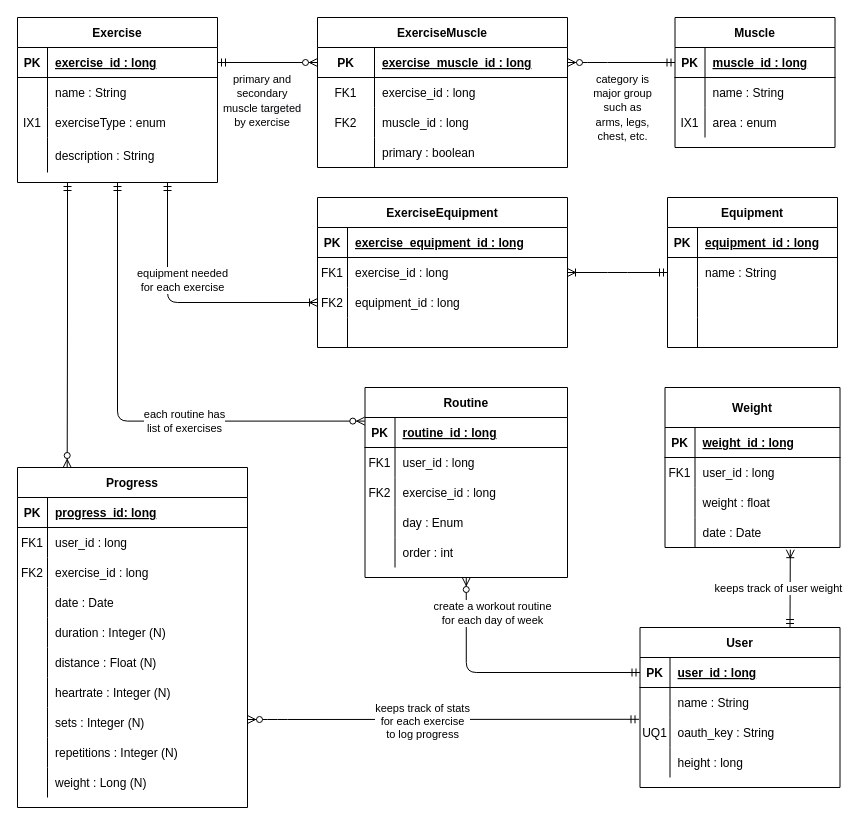
This is docs/work/erd.drawio from John-Jaramillo/my-workout, a draw.io file, before an edit. Source tidied: cells renumbered, new cells numbered last; positions are measured from the earlier drawing's top-left corner, leaving out a move shared by most shapes. Both pictures are drawn from the tidied source at 100%, with x=0, y=0 at pixel (17, 17).
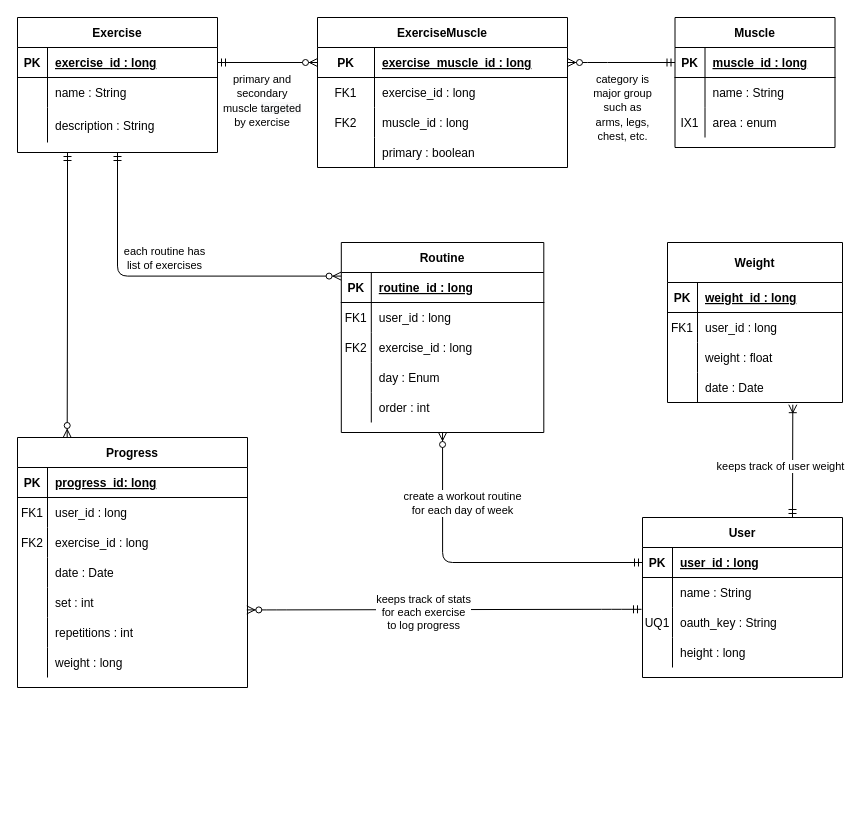
After the change.

The change refers to these unchanged cells:
```xml
<mxCell id="12" style="fontSize=12;html=1;endArrow=ERzeroToMany;startArrow=ERmandOne;startFill=0;entryX=-0.001;entryY=0.12;entryDx=0;entryDy=0;exitX=0.5;exitY=1;exitDx=0;exitDy=0;entryPerimeter=0;edgeStyle=orthogonalEdgeStyle;endFill=1;" parent="1" edge="1" source="30" target="54">
  <mxGeometry relative="1" as="geometry" />
</mxCell>
<mxCell id="102" style="shape=partialRectangle;fillColor=none;top=0;left=0;bottom=0;right=0;points=[[0,0.5],[1,0.5]];portConstraint=eastwest;" parent="95" vertex="1">
  <mxGeometry y="90" width="200" height="30" as="geometry" />
</mxCell>
```

Change to the diagram source:
```diff
@@
-    <mxCell id="4" style="fontSize=12;html=1;endArrow=ERoneToMany;entryX=0;entryY=0.5;entryDx=0;entryDy=0;exitX=0.75;exitY=1;exitDx=0;exitDy=0;edgeStyle=orthogonalEdgeStyle;endFill=0;startArrow=ERmandOne;startFill=0;" parent="1" edge="1" source="30" target="24">
-      <mxGeometry relative="1" as="geometry" />
-    </mxCell>
-    <mxCell id="5" value="equipment needed&lt;br&gt;for each exercise" style="edgeLabel;html=1;align=center;verticalAlign=middle;" parent="4" vertex="1">
-      <mxGeometry x="-0.28" y="14" relative="1" as="geometry" />
-    </mxCell>
-    <mxCell id="6" style="fontSize=12;html=1;endArrow=ERoneToMany;edgeStyle=elbowEdgeStyle;entryX=1;entryY=0.5;entryDx=0;entryDy=0;exitX=0;exitY=0.5;exitDx=0;exitDy=0;startArrow=ERmandOne;startFill=0;" parent="1" edge="1" source="73" target="21">
-      <mxGeometry relative="1" as="geometry" />
-    </mxCell>
@@
     <mxCell id="13" value="each routine has &lt;br&gt;list of exercises" style="edgeLabel;html=1;align=center;verticalAlign=middle;" parent="12" vertex="1">
-      <mxGeometry x="-0.02" y="66" relative="1" as="geometry" />
+      <mxGeometry x="-0.02" y="66" relative="1" as="geometry">
+        <mxPoint y="47.4" as="offset" />
+      </mxGeometry>
     </mxCell>
-    <mxCell id="14" style="edgeStyle=entityRelationEdgeStyle;fontSize=12;html=1;endArrow=ERmandOne;startArrow=ERzeroToMany;startFill=1;endFill=0;entryX=-0.005;entryY=0.06;entryDx=0;entryDy=0;entryPerimeter=0;" parent="1" edge="1" target="102">
-      <mxGeometry relative="1" as="geometry">
-        <mxPoint x="230" y="702" as="sourcePoint" />
-      </mxGeometry>
+    <mxCell id="14" style="edgeStyle=entityRelationEdgeStyle;fontSize=12;html=1;endArrow=ERmandOne;startArrow=ERzeroToMany;startFill=1;endFill=0;entryX=-0.005;entryY=0.06;entryDx=0;entryDy=0;entryPerimeter=0;exitX=0.997;exitY=0.747;exitDx=0;exitDy=0;exitPerimeter=0;" parent="1" edge="1" source="143" target="102">
+      <mxGeometry relative="1" as="geometry" />
     </mxCell>
@@
-    <mxCell id="17" value="ExerciseEquipment" style="shape=table;startSize=30;childLayout=tableLayout;rowLines=0;fontStyle=1;align=center;" parent="1" vertex="1">
-      <mxGeometry x="300" y="180" width="250" height="150" as="geometry" />
-    </mxCell>
-    <mxCell id="18" style="shape=partialRectangle;fillColor=none;top=0;left=0;bottom=1;right=0;" parent="17" vertex="1">
-      <mxGeometry y="30" width="250" height="30" as="geometry" />
-    </mxCell>
-    <mxCell id="19" value="PK" style="shape=partialRectangle;fillColor=none;top=0;left=0;bottom=0;right=0;fontStyle=1;overflow=hidden;" parent="18" vertex="1">
-      <mxGeometry width="30" height="30" as="geometry" />
-    </mxCell>
-    <mxCell id="20" value="exercise_equipment_id : long" style="shape=partialRectangle;fillColor=none;top=0;left=0;bottom=0;right=0;align=left;spacingLeft=6;fontStyle=5;overflow=hidden;" parent="18" vertex="1">
-      <mxGeometry x="30" width="220" height="30" as="geometry" />
-    </mxCell>
-    <mxCell id="21" style="shape=partialRectangle;fillColor=none;top=0;left=0;bottom=0;right=0;points=[[0,0.5],[1,0.5]];portConstraint=eastwest;" parent="17" vertex="1">
-      <mxGeometry y="60" width="250" height="30" as="geometry" />
-    </mxCell>
-    <mxCell id="22" value="FK1" style="shape=partialRectangle;fillColor=none;top=0;left=0;bottom=0;right=0;overflow=hidden;" parent="21" vertex="1">
-      <mxGeometry width="30" height="30" as="geometry" />
-    </mxCell>
-    <mxCell id="23" value="exercise_id : long" style="shape=partialRectangle;fillColor=none;top=0;left=0;bottom=0;right=0;align=left;spacingLeft=6;overflow=hidden;" parent="21" vertex="1">
-      <mxGeometry x="30" width="220" height="30" as="geometry" />
-    </mxCell>
-    <mxCell id="24" style="shape=partialRectangle;fillColor=none;top=0;left=0;bottom=0;right=0;points=[[0,0.5],[1,0.5]];portConstraint=eastwest;" parent="17" vertex="1">
-      <mxGeometry y="90" width="250" height="30" as="geometry" />
-    </mxCell>
-    <mxCell id="25" value="FK2" style="shape=partialRectangle;fillColor=none;top=0;left=0;bottom=0;right=0;overflow=hidden;" parent="24" vertex="1">
-      <mxGeometry width="30" height="30" as="geometry" />
-    </mxCell>
-    <mxCell id="26" value="equipment_id : long" style="shape=partialRectangle;fillColor=none;top=0;left=0;bottom=0;right=0;align=left;spacingLeft=6;overflow=hidden;" parent="24" vertex="1">
-      <mxGeometry x="30" width="220" height="30" as="geometry" />
-    </mxCell>
-    <mxCell id="27" style="shape=partialRectangle;fillColor=none;top=0;left=0;bottom=0;right=0;" parent="17" vertex="1">
-      <mxGeometry y="120" width="250" height="30" as="geometry" />
-    </mxCell>
-    <mxCell id="28" style="shape=partialRectangle;fillColor=none;top=0;left=0;bottom=0;right=0;overflow=hidden;" parent="27" vertex="1">
-      <mxGeometry width="30" height="30" as="geometry" />
-    </mxCell>
-    <mxCell id="29" style="shape=partialRectangle;fillColor=none;top=0;left=0;bottom=0;right=0;align=left;spacingLeft=6;overflow=hidden;" parent="27" vertex="1">
-      <mxGeometry x="30" width="220" height="30" as="geometry" />
-    </mxCell>
     <mxCell id="30" value="Exercise" style="shape=table;startSize=30;childLayout=tableLayout;rowLines=0;fontStyle=1;align=center;" parent="1" vertex="1">
-      <mxGeometry width="200" height="165" as="geometry" />
+      <mxGeometry width="200" height="135" as="geometry" />
     </mxCell>
@@
-    <mxCell id="37" style="shape=partialRectangle;fillColor=none;top=0;left=0;bottom=0;right=0;" parent="30" vertex="1">
-      <mxGeometry y="90" width="200" height="30" as="geometry" />
-    </mxCell>
-    <mxCell id="38" value="IX1" style="shape=partialRectangle;fillColor=none;top=0;left=0;bottom=0;right=0;overflow=hidden;" parent="37" vertex="1">
-      <mxGeometry width="30" height="30" as="geometry" />
-    </mxCell>
-    <mxCell id="39" value="exerciseType : enum" style="shape=partialRectangle;fillColor=none;top=0;left=0;bottom=0;right=0;align=left;spacingLeft=6;overflow=hidden;" parent="37" vertex="1">
-      <mxGeometry x="30" width="170" height="30" as="geometry" />
-    </mxCell>
     <mxCell id="40" style="shape=partialRectangle;fillColor=none;top=0;left=0;bottom=0;right=0;" parent="30" vertex="1">
-      <mxGeometry y="120" width="200" height="35" as="geometry" />
+      <mxGeometry y="90" width="200" height="35" as="geometry" />
     </mxCell>
@@
     <mxCell id="53" value="Routine" style="shape=table;startSize=30;childLayout=tableLayout;rowLines=0;fontStyle=1;align=center;" parent="1" vertex="1">
-      <mxGeometry x="347.5" y="370" width="202.5" height="190" as="geometry" />
+      <mxGeometry x="323.8" y="225" width="202.5" height="190" as="geometry" />
     </mxCell>
@@
-    <mxCell id="69" value="Equipment" style="shape=table;startSize=30;childLayout=tableLayout;rowLines=0;fontStyle=1;align=center;" parent="1" vertex="1">
-      <mxGeometry x="650" y="180" width="170" height="150" as="geometry" />
-    </mxCell>
-    <mxCell id="70" style="shape=partialRectangle;fillColor=none;top=0;left=0;bottom=1;right=0;" parent="69" vertex="1">
-      <mxGeometry y="30" width="170" height="30" as="geometry" />
-    </mxCell>
-    <mxCell id="71" value="PK" style="shape=partialRectangle;fillColor=none;top=0;left=0;bottom=0;right=0;fontStyle=1;overflow=hidden;" parent="70" vertex="1">
-      <mxGeometry width="30" height="30" as="geometry" />
-    </mxCell>
-    <mxCell id="72" value="equipment_id : long" style="shape=partialRectangle;fillColor=none;top=0;left=0;bottom=0;right=0;align=left;spacingLeft=6;fontStyle=5;overflow=hidden;" parent="70" vertex="1">
-      <mxGeometry x="30" width="140" height="30" as="geometry" />
-    </mxCell>
-    <mxCell id="73" style="shape=partialRectangle;fillColor=none;top=0;left=0;bottom=0;right=0;points=[[0,0.5],[1,0.5]];portConstraint=eastwest;" parent="69" vertex="1">
-      <mxGeometry y="60" width="170" height="30" as="geometry" />
-    </mxCell>
-    <mxCell id="74" style="shape=partialRectangle;fillColor=none;top=0;left=0;bottom=0;right=0;overflow=hidden;" parent="73" vertex="1">
-      <mxGeometry width="30" height="30" as="geometry" />
-    </mxCell>
-    <mxCell id="75" value="name : String" style="shape=partialRectangle;fillColor=none;top=0;left=0;bottom=0;right=0;align=left;spacingLeft=6;overflow=hidden;" parent="73" vertex="1">
-      <mxGeometry x="30" width="140" height="30" as="geometry" />
-    </mxCell>
-    <mxCell id="76" style="shape=partialRectangle;fillColor=none;top=0;left=0;bottom=0;right=0;" parent="69" vertex="1">
-      <mxGeometry y="90" width="170" height="30" as="geometry" />
-    </mxCell>
-    <mxCell id="77" style="shape=partialRectangle;fillColor=none;top=0;left=0;bottom=0;right=0;overflow=hidden;" parent="76" vertex="1">
-      <mxGeometry width="30" height="30" as="geometry" />
-    </mxCell>
-    <mxCell id="78" style="shape=partialRectangle;fillColor=none;top=0;left=0;bottom=0;right=0;align=left;spacingLeft=6;overflow=hidden;" parent="76" vertex="1">
-      <mxGeometry x="30" width="140" height="30" as="geometry" />
-    </mxCell>
-    <mxCell id="79" style="shape=partialRectangle;fillColor=none;top=0;left=0;bottom=0;right=0;" parent="69" vertex="1">
-      <mxGeometry y="120" width="170" height="30" as="geometry" />
-    </mxCell>
-    <mxCell id="80" style="shape=partialRectangle;fillColor=none;top=0;left=0;bottom=0;right=0;overflow=hidden;" parent="79" vertex="1">
-      <mxGeometry width="30" height="30" as="geometry" />
-    </mxCell>
-    <mxCell id="81" style="shape=partialRectangle;fillColor=none;top=0;left=0;bottom=0;right=0;align=left;spacingLeft=6;overflow=hidden;" parent="79" vertex="1">
-      <mxGeometry x="30" width="140" height="30" as="geometry" />
-    </mxCell>
@@
     <mxCell id="95" value="User" style="shape=table;startSize=30;childLayout=tableLayout;rowLines=0;fontStyle=1;align=center;" parent="1" vertex="1">
-      <mxGeometry x="622.5" y="610" width="200" height="160" as="geometry" />
+      <mxGeometry x="625" y="500" width="200" height="160" as="geometry" />
     </mxCell>
@@
     <mxCell id="108" value="Weight" style="shape=table;startSize=40;childLayout=tableLayout;rowLines=0;fontStyle=1;align=center;" parent="1" vertex="1">
-      <mxGeometry x="647.5" y="370" width="175" height="160" as="geometry" />
+      <mxGeometry x="650" y="225" width="175" height="160" as="geometry" />
     </mxCell>
@@
     <mxCell id="121" value="Progress" style="shape=table;startSize=30;childLayout=tableLayout;rowLines=0;fontStyle=1;align=center;" parent="1" vertex="1">
-      <mxGeometry y="450" width="230" height="340" as="geometry" />
+      <mxGeometry y="420" width="230" height="250" as="geometry" />
     </mxCell>
@@
-    <mxCell id="134" style="shape=partialRectangle;fillColor=none;top=0;left=0;bottom=0;right=0;" parent="121" vertex="1">
-      <mxGeometry y="150" width="230" height="30" as="geometry" />
-    </mxCell>
-    <mxCell id="135" style="shape=partialRectangle;fillColor=none;top=0;left=0;bottom=0;right=0;overflow=hidden;" parent="134" vertex="1">
-      <mxGeometry width="30" height="30" as="geometry" />
-    </mxCell>
-    <mxCell id="136" value="duration : Integer (N)" style="shape=partialRectangle;fillColor=none;top=0;left=0;bottom=0;right=0;align=left;spacingLeft=6;overflow=hidden;" parent="134" vertex="1">
-      <mxGeometry x="30" width="200" height="30" as="geometry" />
-    </mxCell>
-    <mxCell id="137" style="shape=partialRectangle;fillColor=none;top=0;left=0;bottom=0;right=0;" parent="121" vertex="1">
-      <mxGeometry y="180" width="230" height="30" as="geometry" />
-    </mxCell>
-    <mxCell id="138" style="shape=partialRectangle;fillColor=none;top=0;left=0;bottom=0;right=0;overflow=hidden;" parent="137" vertex="1">
-      <mxGeometry width="30" height="30" as="geometry" />
-    </mxCell>
-    <mxCell id="139" value="distance : Float (N)" style="shape=partialRectangle;fillColor=none;top=0;left=0;bottom=0;right=0;align=left;spacingLeft=6;overflow=hidden;" parent="137" vertex="1">
-      <mxGeometry x="30" width="200" height="30" as="geometry" />
-    </mxCell>
-    <mxCell id="140" style="shape=partialRectangle;fillColor=none;top=0;left=0;bottom=0;right=0;" parent="121" vertex="1">
-      <mxGeometry y="210" width="230" height="30" as="geometry" />
-    </mxCell>
-    <mxCell id="141" style="shape=partialRectangle;fillColor=none;top=0;left=0;bottom=0;right=0;overflow=hidden;" parent="140" vertex="1">
-      <mxGeometry width="30" height="30" as="geometry" />
-    </mxCell>
-    <mxCell id="142" value="heartrate : Integer (N)" style="shape=partialRectangle;fillColor=none;top=0;left=0;bottom=0;right=0;align=left;spacingLeft=6;overflow=hidden;" parent="140" vertex="1">
-      <mxGeometry x="30" width="200" height="30" as="geometry" />
-    </mxCell>
     <mxCell id="143" style="shape=partialRectangle;fillColor=none;top=0;left=0;bottom=0;right=0;points=[[0,0.5],[1,0.5]];portConstraint=eastwest;" parent="121" vertex="1">
-      <mxGeometry y="240" width="230" height="30" as="geometry" />
+      <mxGeometry y="150" width="230" height="30" as="geometry" />
     </mxCell>
@@
-    <mxCell id="145" value="sets : Integer (N)" style="shape=partialRectangle;fillColor=none;top=0;left=0;bottom=0;right=0;align=left;spacingLeft=6;overflow=hidden;" parent="143" vertex="1">
+    <mxCell id="145" value="set : int" style="shape=partialRectangle;fillColor=none;top=0;left=0;bottom=0;right=0;align=left;spacingLeft=6;overflow=hidden;" parent="143" vertex="1">
       <mxGeometry x="30" width="200" height="30" as="geometry" />
     </mxCell>
     <mxCell id="146" style="shape=partialRectangle;fillColor=none;top=0;left=0;bottom=0;right=0;" parent="121" vertex="1">
-      <mxGeometry y="270" width="230" height="30" as="geometry" />
+      <mxGeometry y="180" width="230" height="30" as="geometry" />
     </mxCell>
@@
-    <mxCell id="148" value="repetitions : Integer (N)" style="shape=partialRectangle;fillColor=none;top=0;left=0;bottom=0;right=0;align=left;spacingLeft=6;overflow=hidden;" parent="146" vertex="1">
+    <mxCell id="148" value="repetitions : int" style="shape=partialRectangle;fillColor=none;top=0;left=0;bottom=0;right=0;align=left;spacingLeft=6;overflow=hidden;" parent="146" vertex="1">
       <mxGeometry x="30" width="200" height="30" as="geometry" />
     </mxCell>
     <mxCell id="149" style="shape=partialRectangle;fillColor=none;top=0;left=0;bottom=0;right=0;" parent="121" vertex="1">
-      <mxGeometry y="300" width="230" height="30" as="geometry" />
+      <mxGeometry y="210" width="230" height="30" as="geometry" />
     </mxCell>
@@
-    <mxCell id="151" value="weight : Long (N)" style="shape=partialRectangle;fillColor=none;top=0;left=0;bottom=0;right=0;align=left;spacingLeft=6;overflow=hidden;" parent="149" vertex="1">
+    <mxCell id="151" value="weight : long" style="shape=partialRectangle;fillColor=none;top=0;left=0;bottom=0;right=0;align=left;spacingLeft=6;overflow=hidden;" parent="149" vertex="1">
       <mxGeometry x="30" width="200" height="30" as="geometry" />
     </mxCell>
```
